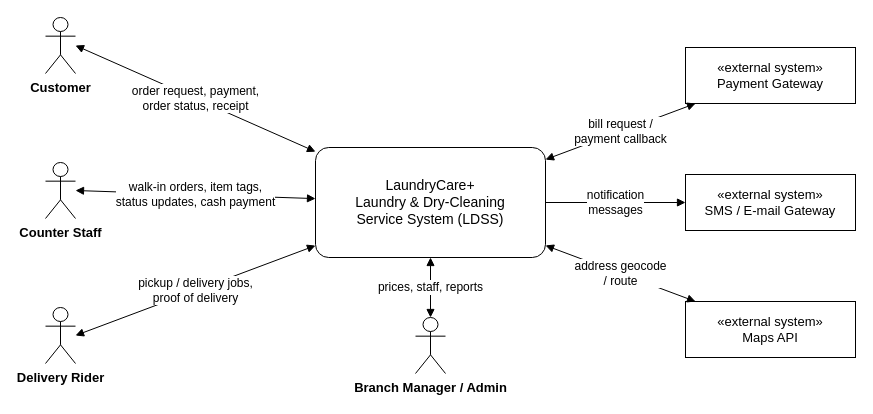
The draw.io diagram context.drawio in Zakwan221/laundrycare-diagrams, before the edit. Source tidied: cells renumbered, new cells numbered last; positions are measured from the earlier drawing's top-left corner, leaving out a move shared by most shapes. Both pictures are drawn from the tidied source at 100%, with x=0, y=0 at pixel (45, 17).
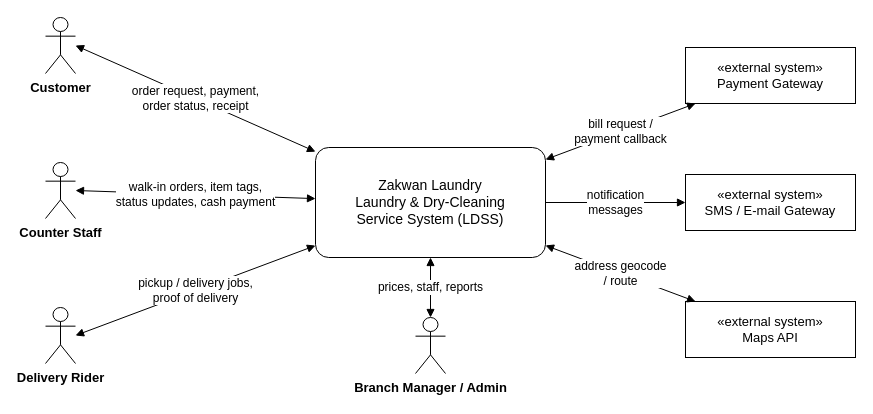
The same diagram, later.

Commit message (it also covers changes not shown here):
Rename system to Zakwan Laundry

What changed in the source:
```diff
@@
 <mxGraphModel background="#ffffff">
   <root>
     <mxCell id="0" />
     <mxCell id="1" parent="0" />
-    <mxCell id="2" value="LaundryCare+&lt;br&gt;Laundry &amp;amp; Dry-Cleaning&lt;br&gt;Service System (LDSS)" style="rounded=1;arcSize=12;html=1;whiteSpace=wrap;fontFamily=Arial;fontSize=14;fillColor=#ffffff;strokeColor=#000000;" parent="1" vertex="1">
+    <mxCell id="2" value="Zakwan Laundry&lt;br&gt;Laundry &amp;amp; Dry-Cleaning&lt;br&gt;Service System (LDSS)" style="rounded=1;arcSize=12;html=1;whiteSpace=wrap;fontFamily=Arial;fontSize=14;fillColor=#ffffff;strokeColor=#000000;" parent="1" vertex="1">
       <mxGeometry x="270" y="130" width="230" height="110" as="geometry" />
     </mxCell>
     <mxCell id="3" value="Customer" style="shape=umlActor;verticalLabelPosition=bottom;verticalAlign=top;html=1;outlineConnect=0;fontFamily=Arial;fontSize=13;fontStyle=1;" parent="1" vertex="1">
       <mxGeometry width="30" height="56" as="geometry" />
     </mxCell>
     <mxCell id="4" value="Counter Staff" style="shape=umlActor;verticalLabelPosition=bottom;verticalAlign=top;html=1;outlineConnect=0;fontFamily=Arial;fontSize=13;fontStyle=1;" parent="1" vertex="1">
       <mxGeometry y="145" width="30" height="56" as="geometry" />
     </mxCell>
     <mxCell id="5" value="Delivery Rider" style="shape=umlActor;verticalLabelPosition=bottom;verticalAlign=top;html=1;outlineConnect=0;fontFamily=Arial;fontSize=13;fontStyle=1;" parent="1" vertex="1">
       <mxGeometry y="290" width="30" height="56" as="geometry" />
     </mxCell>
     <mxCell id="6" value="Branch Manager / Admin" style="shape=umlActor;verticalLabelPosition=bottom;verticalAlign=top;html=1;outlineConnect=0;fontFamily=Arial;fontSize=13;fontStyle=1;" parent="1" vertex="1">
       <mxGeometry x="370" y="300" width="30" height="56" as="geometry" />
     </mxCell>
     <mxCell id="7" value="«external system»&lt;br&gt;Payment Gateway" style="rounded=0;html=1;whiteSpace=wrap;fontFamily=Arial;fontSize=13;fillColor=#ffffff;strokeColor=#000000;" parent="1" vertex="1">
       <mxGeometry x="640" y="30" width="170" height="56" as="geometry" />
     </mxCell>
     <mxCell id="8" value="«external system»&lt;br&gt;SMS / E-mail Gateway" style="rounded=0;html=1;whiteSpace=wrap;fontFamily=Arial;fontSize=13;fillColor=#ffffff;strokeColor=#000000;" parent="1" vertex="1">
       <mxGeometry x="640" y="157" width="170" height="56" as="geometry" />
     </mxCell>
     <mxCell id="9" value="«external system»&lt;br&gt;Maps API" style="rounded=0;html=1;whiteSpace=wrap;fontFamily=Arial;fontSize=13;fillColor=#ffffff;strokeColor=#000000;" parent="1" vertex="1">
       <mxGeometry x="640" y="284" width="170" height="56" as="geometry" />
     </mxCell>
     <mxCell id="10" value="order request, payment,&lt;br&gt;order status, receipt" style="html=1;rounded=0;edgeStyle=none;fontFamily=Arial;fontSize=12;labelBackgroundColor=#ffffff;strokeColor=#000000;endArrow=block;endFill=1;startArrow=block;startFill=1;exitX=1;exitY=0.5;exitDx=0;exitDy=0;" parent="1" edge="1" source="3" target="2">
       <mxGeometry relative="1" as="geometry" />
     </mxCell>
     <mxCell id="11" value="walk-in orders, item tags,&lt;br&gt;status updates, cash payment" style="html=1;rounded=0;edgeStyle=none;fontFamily=Arial;fontSize=12;labelBackgroundColor=#ffffff;strokeColor=#000000;endArrow=block;endFill=1;startArrow=block;startFill=1;exitX=1;exitY=0.5;exitDx=0;exitDy=0;" parent="1" edge="1" source="4" target="2">
       <mxGeometry relative="1" as="geometry" />
     </mxCell>
     <mxCell id="12" value="pickup / delivery jobs,&lt;br&gt;proof of delivery" style="html=1;rounded=0;edgeStyle=none;fontFamily=Arial;fontSize=12;labelBackgroundColor=#ffffff;strokeColor=#000000;endArrow=block;endFill=1;startArrow=block;startFill=1;exitX=1;exitY=0.5;exitDx=0;exitDy=0;" parent="1" edge="1" source="5" target="2">
       <mxGeometry relative="1" as="geometry" />
     </mxCell>
     <mxCell id="13" value="prices, staff, reports" style="html=1;rounded=0;edgeStyle=none;fontFamily=Arial;fontSize=12;labelBackgroundColor=#ffffff;strokeColor=#000000;endArrow=block;endFill=1;startArrow=block;startFill=1;" parent="1" edge="1" source="6" target="2">
       <mxGeometry relative="1" as="geometry" />
     </mxCell>
     <mxCell id="14" value="bill request /&lt;br&gt;payment callback" style="html=1;rounded=0;edgeStyle=none;fontFamily=Arial;fontSize=12;labelBackgroundColor=#ffffff;strokeColor=#000000;endArrow=block;endFill=1;startArrow=block;startFill=1;" parent="1" edge="1" source="2" target="7">
       <mxGeometry relative="1" as="geometry" />
     </mxCell>
     <mxCell id="15" value="notification&lt;br&gt;messages" style="html=1;rounded=0;edgeStyle=none;fontFamily=Arial;fontSize=12;labelBackgroundColor=#ffffff;strokeColor=#000000;endArrow=block;endFill=1;startArrow=none;" parent="1" edge="1" source="2" target="8">
       <mxGeometry relative="1" as="geometry" />
     </mxCell>
     <mxCell id="16" value="address geocode&lt;br&gt;/ route" style="html=1;rounded=0;edgeStyle=none;fontFamily=Arial;fontSize=12;labelBackgroundColor=#ffffff;strokeColor=#000000;endArrow=block;endFill=1;startArrow=block;startFill=1;" parent="1" edge="1" source="2" target="9">
       <mxGeometry relative="1" as="geometry" />
     </mxCell>
   </root>
 </mxGraphModel>
```
